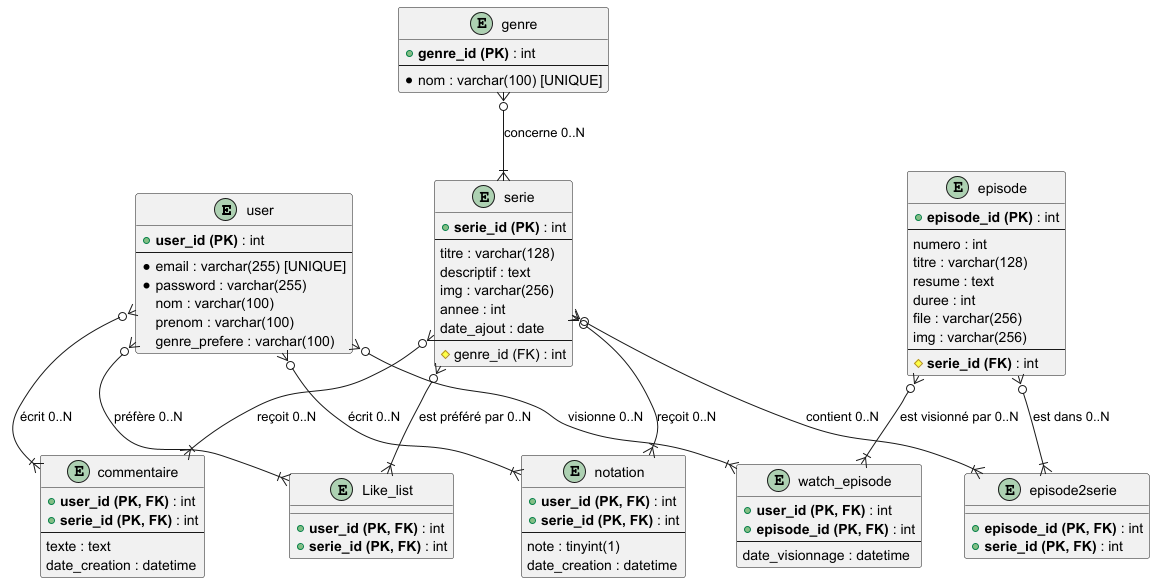
This is sql/UMLbd.png from Adri1-13/OnlyFilms, a PlantUML export, as it was before one commit. Its source is kept beside it as sql/UMLbd.puml.
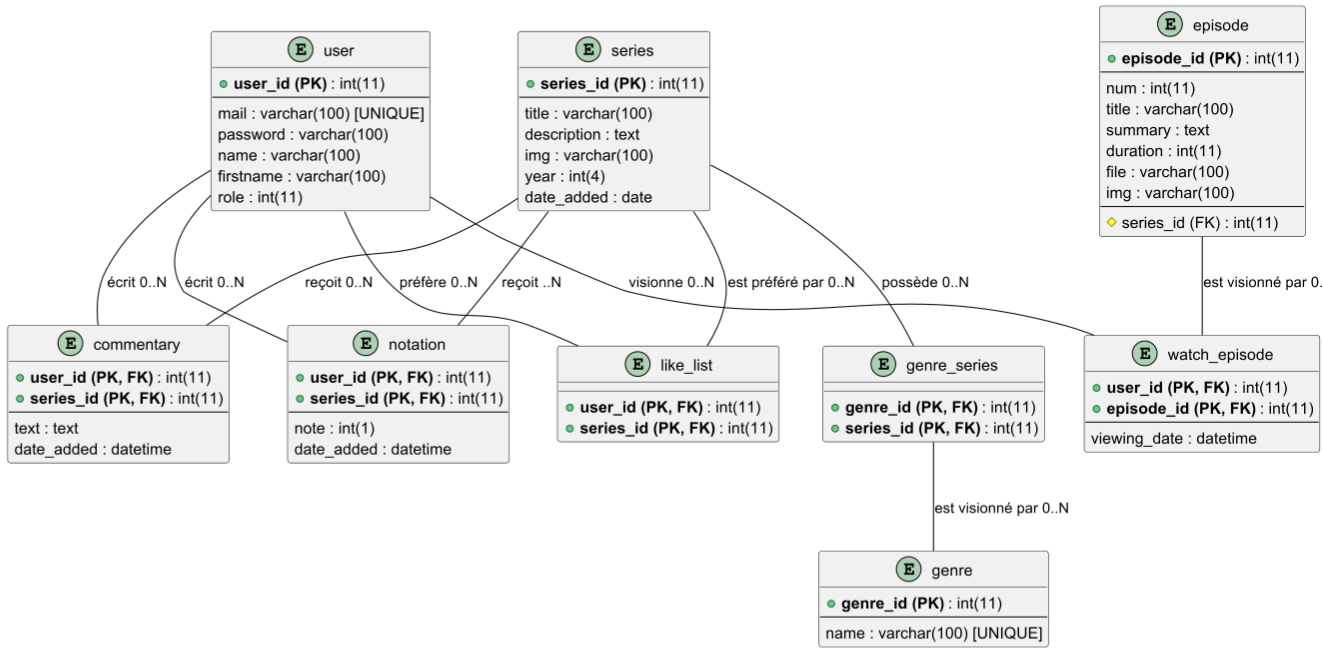
The same file after the commit.

Diff of the diagram source:
```diff
@@ -69,13 +69,6 @@
     viewing_date : datetime
 }
 
-entity "watching_episode" as WatchingEpisode {
-    + **user_id (PK, FK)** : int(11)
-    + **episode_id (PK, FK)** : int(11)
-    --
-    time : int(11)
-}
-
 entity "genre_series" as GenreSeries {
     + **genre_id (PK, FK)** : int(11)
     + **series_id (PK, FK)** : int(11)
@@ -93,9 +86,6 @@
 User -- WatchEpisode : "visionne 0..N"
 Episode -- WatchEpisode : "est visionné par 0..N"
 
-User -- WatchingEpisode : "visionne 0..N"
-Episode -- WatchingEpisode : "est visionné par 0..N"
-
 Series -- GenreSeries : "possède 0..N"
 GenreSeries -- Genre : "est visionné par 0..N"
 
```
